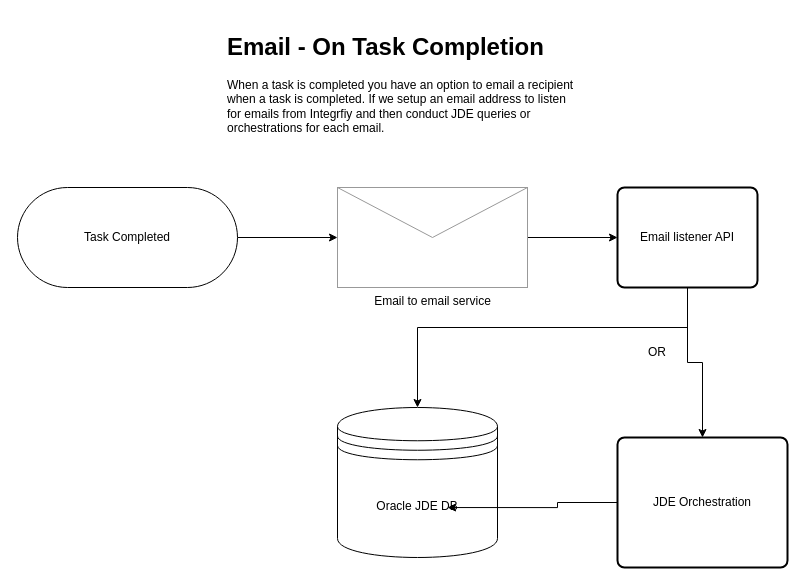
Above: page "EMAIL" (2 of 4) of Diagrams/JDEIntegrifyTasks.drawio in LongJohnBlackbeard/IntegrifyAPITesting (draw.io), before the change. Source tidied: cells renumbered, new cells numbered last; positions are measured from the earlier drawing's top-left corner, leaving out a move shared by most shapes. Both pictures are drawn from the tidied source at 100%, with x=0, y=0 at pixel (17, 27).
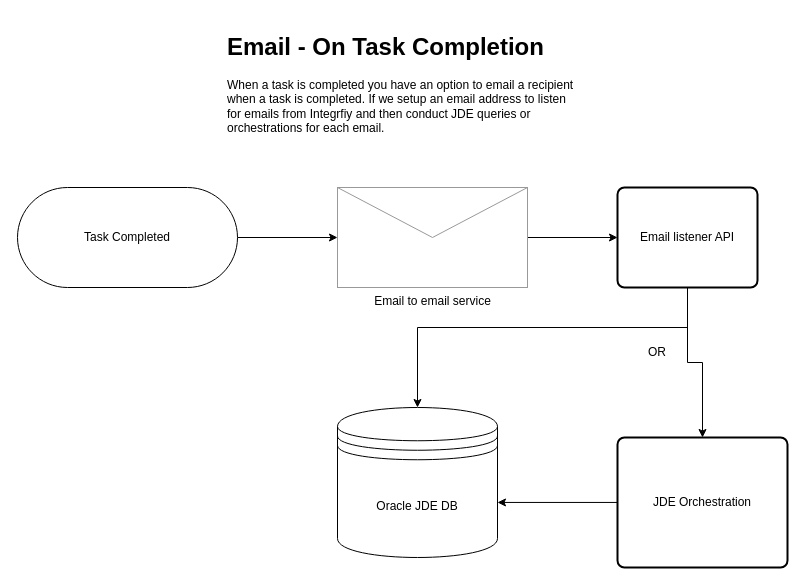
Above is the later version.

What changed in the source:
```diff
@@
 <mxGraphModel>
   <root>
     <mxCell id="0" />
     <mxCell id="1" parent="0" />
     <mxCell id="2" value="&lt;h1&gt;Email - On Task Completion&lt;/h1&gt;&lt;p&gt;When a task is completed you have an option to email a recipient when a task is completed. If we setup an email address to listen for emails from Integrfiy and then conduct JDE queries or orchestrations for each email.&lt;/p&gt;" style="text;html=1;strokeColor=none;fillColor=none;spacing=5;spacingTop=-20;whiteSpace=wrap;overflow=hidden;rounded=0;" parent="1" vertex="1">
       <mxGeometry x="205" width="360" height="120" as="geometry" />
     </mxCell>
     <mxCell id="3" style="edgeStyle=orthogonalEdgeStyle;rounded=0;jettySize=auto;html=1;" parent="1" edge="1" source="4" target="6">
       <mxGeometry relative="1" as="geometry" />
     </mxCell>
     <mxCell id="4" value="Task Completed" style="html=1;dashed=0;whiteSpace=wrap;shape=mxgraph.dfd.start;" parent="1" vertex="1">
       <mxGeometry y="160" width="220" height="100" as="geometry" />
     </mxCell>
     <mxCell id="5" style="edgeStyle=orthogonalEdgeStyle;rounded=0;jettySize=auto;html=1;" parent="1" edge="1" source="6" target="9">
       <mxGeometry relative="1" as="geometry" />
     </mxCell>
     <mxCell id="6" value="Email to email service" style="verticalLabelPosition=bottom;shadow=0;dashed=0;align=center;html=1;verticalAlign=top;strokeWidth=1;shape=mxgraph.mockup.misc.mail2;strokeColor=#999999;" parent="1" vertex="1">
       <mxGeometry x="320" y="160" width="190" height="100" as="geometry" />
     </mxCell>
     <mxCell id="7" style="edgeStyle=orthogonalEdgeStyle;rounded=0;jettySize=auto;html=1;" parent="1" edge="1" source="9" target="10">
       <mxGeometry relative="1" as="geometry">
         <Array as="points">
           <mxPoint x="670" y="300" />
           <mxPoint x="400" y="300" />
         </Array>
       </mxGeometry>
     </mxCell>
     <mxCell id="8" style="edgeStyle=orthogonalEdgeStyle;rounded=0;jettySize=auto;html=1;" parent="1" edge="1" source="9" target="12">
       <mxGeometry relative="1" as="geometry" />
     </mxCell>
     <mxCell id="9" value="Email listener API" style="rounded=1;whiteSpace=wrap;html=1;absoluteArcSize=1;arcSize=14;strokeWidth=2;" parent="1" vertex="1">
       <mxGeometry x="600" y="160" width="140" height="100" as="geometry" />
     </mxCell>
     <mxCell id="10" value="Oracle JDE DB" style="shape=datastore;whiteSpace=wrap;html=1;" parent="1" vertex="1">
       <mxGeometry x="320" y="380" width="160" height="150" as="geometry" />
     </mxCell>
-    <mxCell id="11" style="edgeStyle=orthogonalEdgeStyle;rounded=0;jettySize=auto;html=1;entryX=0.688;entryY=0.667;entryDx=0;entryDy=0;entryPerimeter=0;" parent="1" edge="1" source="12" target="10">
+    <mxCell id="11" style="edgeStyle=orthogonalEdgeStyle;rounded=0;jettySize=auto;html=1;entryX=1;entryY=0.633;entryDx=0;entryDy=0;entryPerimeter=0;" parent="1" edge="1" source="12" target="10">
       <mxGeometry relative="1" as="geometry" />
     </mxCell>
     <mxCell id="12" value="JDE Orchestration" style="rounded=1;whiteSpace=wrap;html=1;absoluteArcSize=1;arcSize=14;strokeWidth=2;" parent="1" vertex="1">
       <mxGeometry x="600" y="410" width="170" height="130" as="geometry" />
     </mxCell>
     <mxCell id="13" value="OR" style="text;html=1;strokeColor=none;fillColor=none;align=center;verticalAlign=middle;whiteSpace=wrap;rounded=0;" parent="1" vertex="1">
       <mxGeometry x="610" y="310" width="60" height="30" as="geometry" />
     </mxCell>
   </root>
 </mxGraphModel>
```
